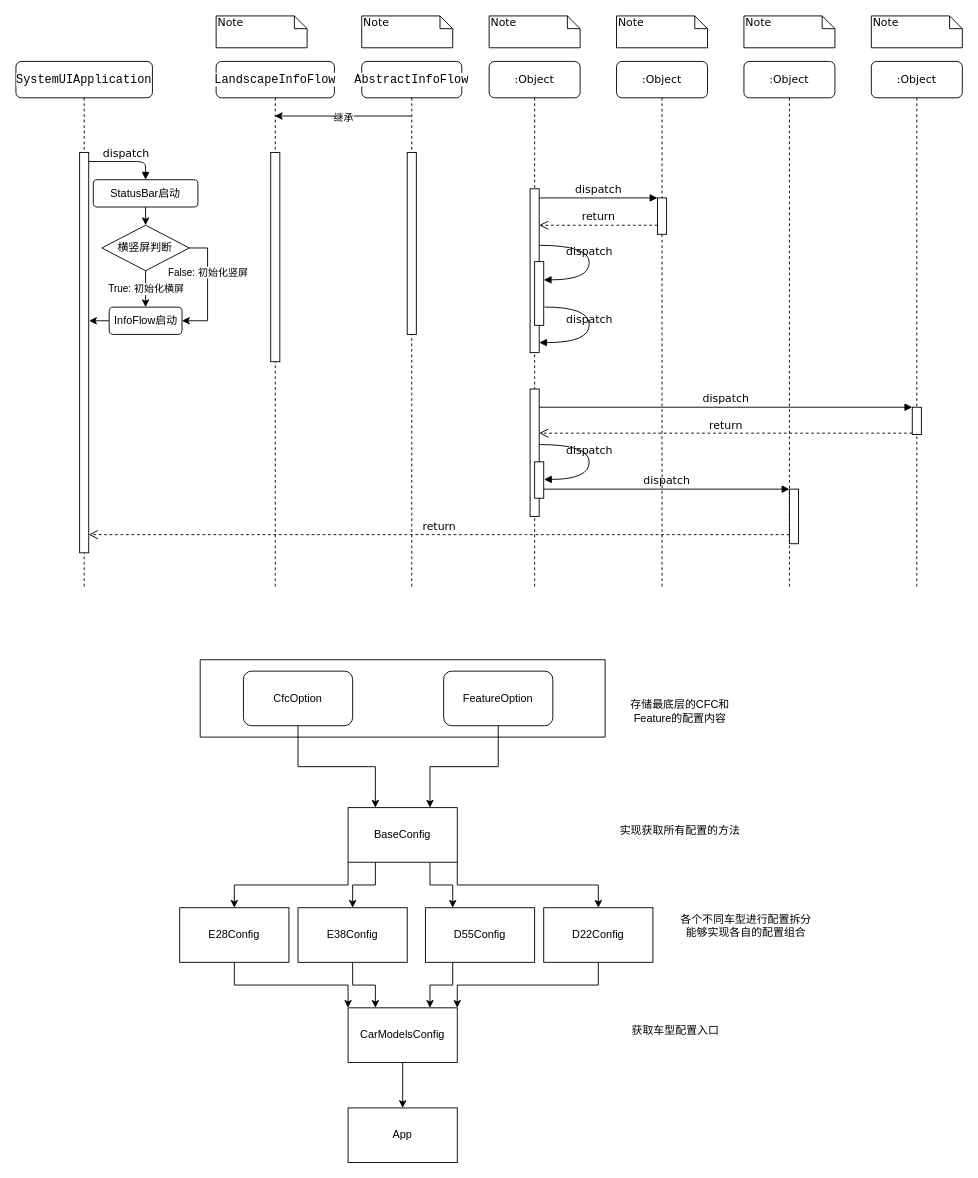
NanShanWuLe/FirstGitHub keeps this draw.io diagram as infoflow学习.drawio. Above is the earlier version. Source tidied: cells renumbered, new cells numbered last; positions are measured from the earlier drawing's top-left corner, leaving out a move shared by most shapes. Both pictures are drawn from the tidied source at 91%, with x=0, y=0 at pixel (15, 15).
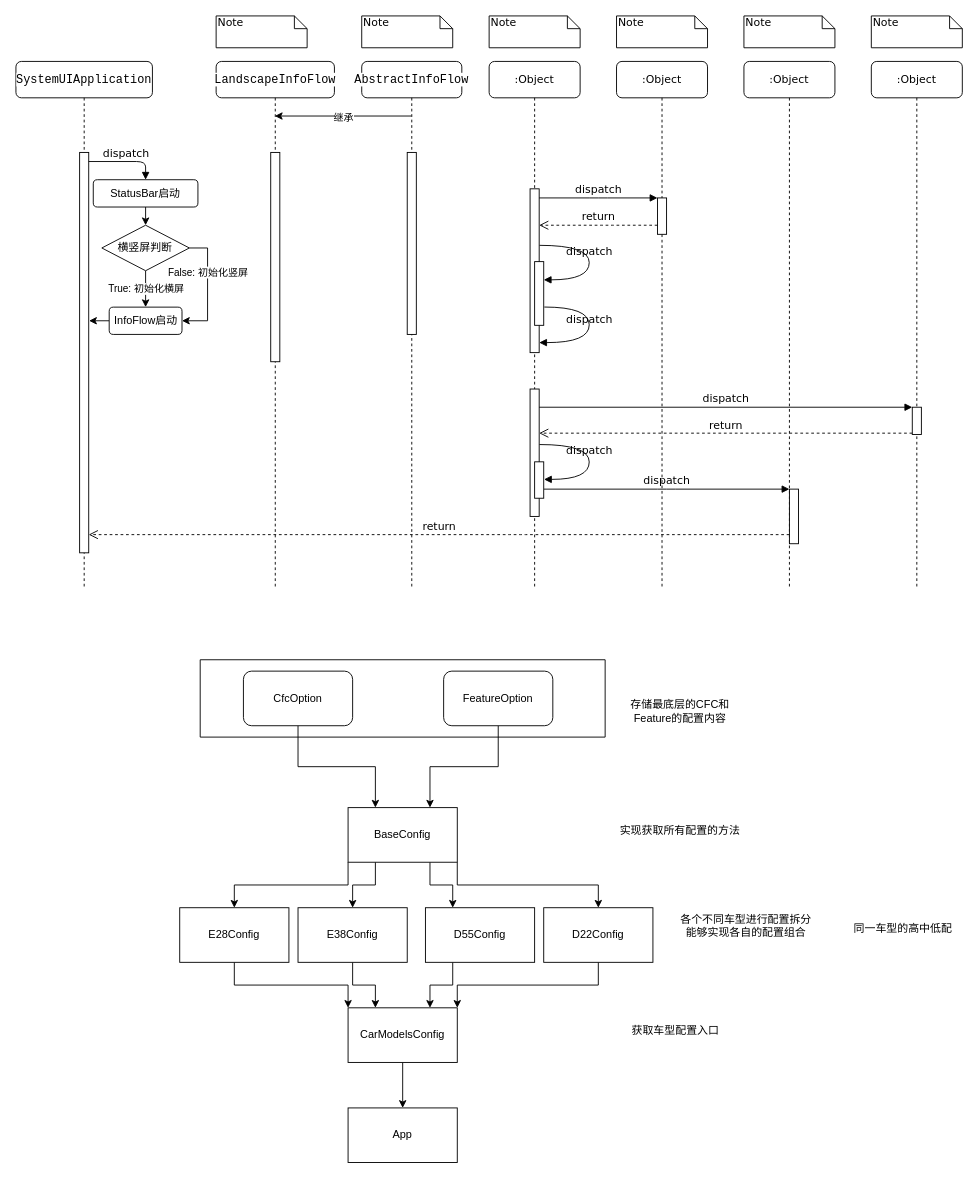
After the change.

The edit, as a diff of the source:
```diff
@@
+    <mxCell id="70" value="同一车型的高中低配" style="text;html=1;strokeColor=none;fillColor=none;align=center;verticalAlign=middle;whiteSpace=wrap;rounded=0;" parent="1" vertex="1">
+      <mxGeometry x="910" y="985" width="130" height="35" as="geometry" />
+    </mxCell>
```
